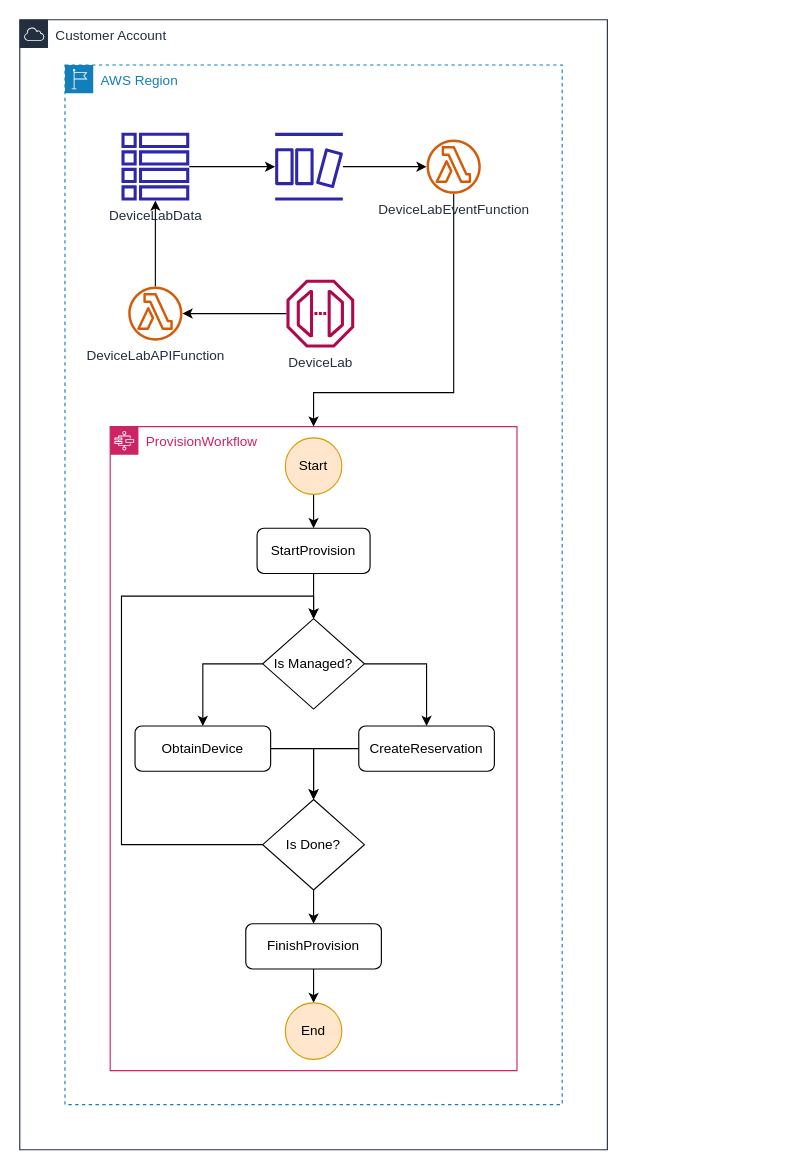
Above: page "DeviceLab" (3 of 3) of DevicePool.drawio in philcali/device-pool (draw.io), before the change. Source tidied: cells renumbered, new cells numbered last; positions are measured from the earlier drawing's top-left corner, leaving out a move shared by most shapes. Both pictures are drawn from the tidied source at 113%, with x=0, y=0 at pixel (19, 19).
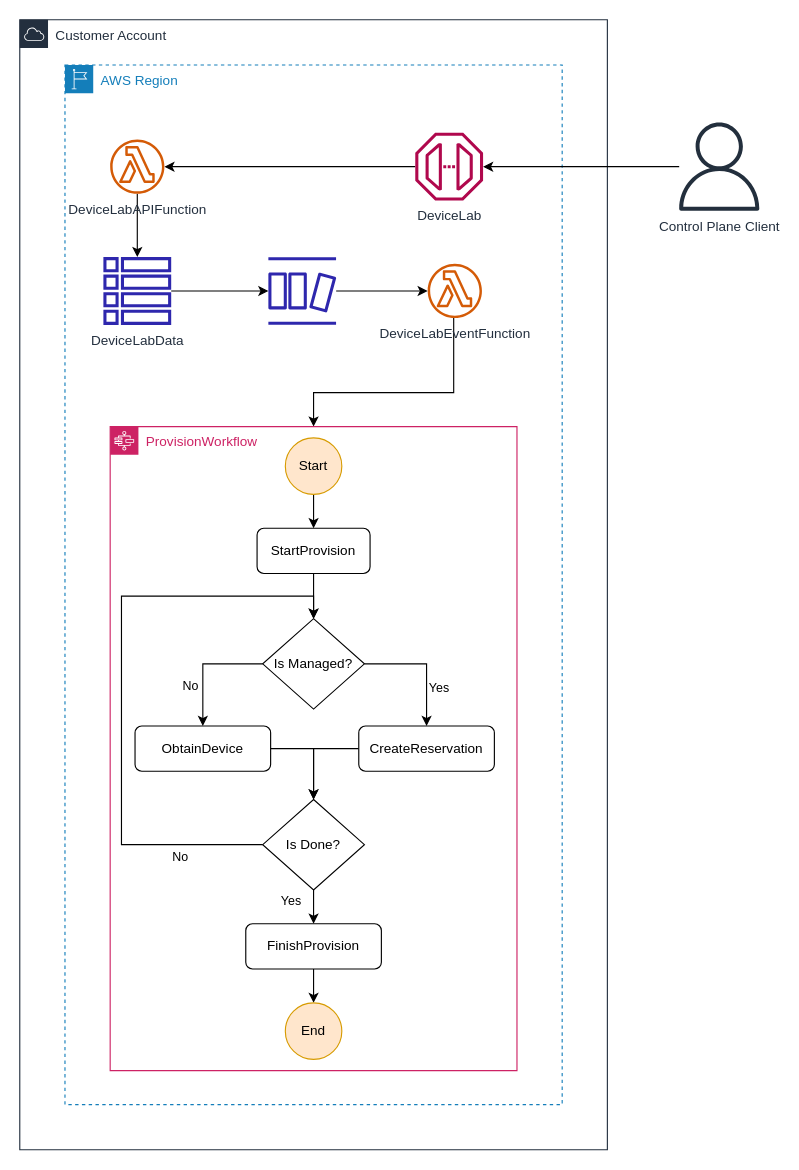
Above is the later version.

The change refers to these unchanged cells:
```xml
<mxCell id="3" value="AWS Region" style="gradientColor=none;html=1;whiteSpace=wrap;fontSize=12;fontStyle=0;shape=mxgraph.aws4.group;grIcon=mxgraph.aws4.group_region;strokeColor=#147EBA;fillColor=none;verticalAlign=top;align=left;spacingLeft=30;fontColor=#147EBA;dashed=1;" parent="2" vertex="1">
  <mxGeometry x="40" y="40" width="440" height="920" as="geometry" />
</mxCell>
<mxCell id="14" value="ProvisionWorkflow" style="points=[[0,0],[0.25,0],[0.5,0],[0.75,0],[1,0],[1,0.25],[1,0.5],[1,0.75],[1,1],[0.75,1],[0.5,1],[0.25,1],[0,1],[0,0.75],[0,0.5],[0,0.25]];outlineConnect=0;gradientColor=none;html=1;whiteSpace=wrap;fontSize=12;fontStyle=0;shape=mxgraph.aws4.group;grIcon=mxgraph.aws4.group_aws_step_functions_workflow;strokeColor=#CD2264;fillColor=none;verticalAlign=top;align=left;spacingLeft=30;fontColor=#CD2264;dashed=0;" parent="3" vertex="1">
  <mxGeometry x="40" y="320" width="360" height="570" as="geometry" />
</mxCell>
<mxCell id="19" style="edgeStyle=orthogonalEdgeStyle;rounded=0;jettySize=auto;html=1;exitX=1;exitY=0.5;exitDx=0;exitDy=0;entryX=0.5;entryY=0;entryDx=0;entryDy=0;" parent="14" edge="1" source="21" target="25">
  <mxGeometry relative="1" as="geometry" />
</mxCell>
<mxCell id="20" style="edgeStyle=orthogonalEdgeStyle;rounded=0;jettySize=auto;html=1;exitX=0;exitY=0.5;exitDx=0;exitDy=0;entryX=0.5;entryY=0;entryDx=0;entryDy=0;" parent="14" edge="1" source="21" target="23">
  <mxGeometry relative="1" as="geometry" />
</mxCell>
<mxCell id="27" style="edgeStyle=orthogonalEdgeStyle;rounded=0;jettySize=auto;html=1;exitX=0;exitY=0.5;exitDx=0;exitDy=0;entryX=0.5;entryY=0;entryDx=0;entryDy=0;" parent="14" edge="1" source="28" target="21">
  <mxGeometry relative="1" as="geometry">
    <Array as="points">
      <mxPoint x="10" y="370" />
      <mxPoint x="10" y="150" />
      <mxPoint x="180" y="150" />
    </Array>
  </mxGeometry>
</mxCell>
<mxCell id="28" value="Is Done?" style="rhombus;whiteSpace=wrap;html=1;" parent="14" vertex="1">
  <mxGeometry x="135" y="330" width="90" height="80" as="geometry" />
</mxCell>
<mxCell id="30" value="FinishProvision" style="rounded=1;whiteSpace=wrap;html=1;" parent="14" vertex="1">
  <mxGeometry x="120" y="440" width="120" height="40" as="geometry" />
</mxCell>
```

The edit, as a diff of the source:
```diff
@@
     <mxCell id="5" value="DeviceLab" style="sketch=0;outlineConnect=0;fontColor=#232F3E;gradientColor=none;fillColor=#B0084D;strokeColor=none;dashed=0;verticalLabelPosition=bottom;verticalAlign=top;align=center;html=1;fontSize=12;fontStyle=0;shape=mxgraph.aws4.endpoint;" parent="3" vertex="1">
-      <mxGeometry x="196" y="190" width="60" height="60" as="geometry" />
+      <mxGeometry x="310" y="60" width="60" height="60" as="geometry" />
     </mxCell>
@@
     <mxCell id="7" value="DeviceLabAPIFunction" style="sketch=0;outlineConnect=0;fontColor=#232F3E;gradientColor=none;fillColor=#D45B07;strokeColor=none;dashed=0;verticalLabelPosition=bottom;verticalAlign=top;align=center;html=1;fontSize=12;fontStyle=0;shape=mxgraph.aws4.lambda_function;" parent="3" vertex="1">
-      <mxGeometry x="56" y="196" width="48" height="48" as="geometry" />
+      <mxGeometry x="40" y="66" width="48" height="48" as="geometry" />
     </mxCell>
@@
     <mxCell id="9" value="DeviceLabData" style="sketch=0;outlineConnect=0;fontColor=#232F3E;gradientColor=none;fillColor=#2E27AD;strokeColor=none;dashed=0;verticalLabelPosition=bottom;verticalAlign=top;align=center;html=1;fontSize=12;fontStyle=0;shape=mxgraph.aws4.table;" parent="3" vertex="1">
-      <mxGeometry x="50" y="60" width="60" height="60" as="geometry" />
+      <mxGeometry x="34" y="170" width="60" height="60" as="geometry" />
     </mxCell>
@@
     <mxCell id="11" style="sketch=0;outlineConnect=0;fontColor=#232F3E;gradientColor=none;fillColor=#2E27AD;strokeColor=none;dashed=0;verticalLabelPosition=bottom;verticalAlign=top;align=center;html=1;fontSize=12;fontStyle=0;shape=mxgraph.aws4.dynamodb_stream;" parent="3" vertex="1">
-      <mxGeometry x="186" y="60" width="60" height="60" as="geometry" />
+      <mxGeometry x="180" y="170" width="60" height="60" as="geometry" />
     </mxCell>
@@
     <mxCell id="13" value="DeviceLabEventFunction" style="sketch=0;outlineConnect=0;fontColor=#232F3E;gradientColor=none;fillColor=#D45B07;strokeColor=none;dashed=0;verticalLabelPosition=bottom;verticalAlign=top;align=center;html=1;fontSize=12;fontStyle=0;shape=mxgraph.aws4.lambda_function;" parent="3" vertex="1">
-      <mxGeometry x="320" y="66" width="48" height="48" as="geometry" />
+      <mxGeometry x="321" y="176" width="48" height="48" as="geometry" />
     </mxCell>
@@
+    <mxCell id="32" value="Yes" style="edgeLabel;html=1;align=center;verticalAlign=middle;" parent="19" vertex="1">
+      <mxGeometry x="-0.17" relative="1" as="geometry">
+        <mxPoint x="19" y="20" as="offset" />
+      </mxGeometry>
+    </mxCell>
@@
+    <mxCell id="33" value="No" style="edgeLabel;html=1;align=center;verticalAlign=middle;" parent="20" vertex="1">
+      <mxGeometry x="0.21" y="-3" relative="1" as="geometry">
+        <mxPoint x="-9" y="7" as="offset" />
+      </mxGeometry>
+    </mxCell>
@@
-    <mxCell id="26" style="edgeStyle=orthogonalEdgeStyle;rounded=0;jettySize=auto;html=1;exitX=0.5;exitY=1;exitDx=0;exitDy=0;entryX=0.5;entryY=0;entryDx=0;entryDy=0;" parent="14" edge="1" source="28" target="30">
-      <mxGeometry relative="1" as="geometry" />
+    <mxCell id="26" value="Yes" style="edgeStyle=orthogonalEdgeStyle;rounded=0;jettySize=auto;html=1;exitX=0.5;exitY=1;exitDx=0;exitDy=0;entryX=0.5;entryY=0;entryDx=0;entryDy=0;" parent="14" edge="1" source="28" target="30">
+      <mxGeometry x="-0.33" y="-20" relative="1" as="geometry" />
     </mxCell>
@@
+    <mxCell id="34" value="No" style="edgeLabel;html=1;align=center;verticalAlign=middle;" parent="27" vertex="1">
+      <mxGeometry x="-0.68" relative="1" as="geometry">
+        <mxPoint x="12" y="10" as="offset" />
+      </mxGeometry>
+    </mxCell>
@@
+    <mxCell id="35" style="edgeStyle=orthogonalEdgeStyle;rounded=0;jettySize=auto;html=1;" parent="1" edge="1" source="36" target="5">
+      <mxGeometry relative="1" as="geometry" />
+    </mxCell>
+    <mxCell id="36" value="Control Plane Client" style="sketch=0;outlineConnect=0;fontColor=#232F3E;gradientColor=none;fillColor=#232F3D;strokeColor=none;dashed=0;verticalLabelPosition=bottom;verticalAlign=top;align=center;html=1;fontSize=12;fontStyle=0;shape=mxgraph.aws4.user;" parent="1" vertex="1">
+      <mxGeometry x="580" y="91" width="78" height="78" as="geometry" />
+    </mxCell>
```
